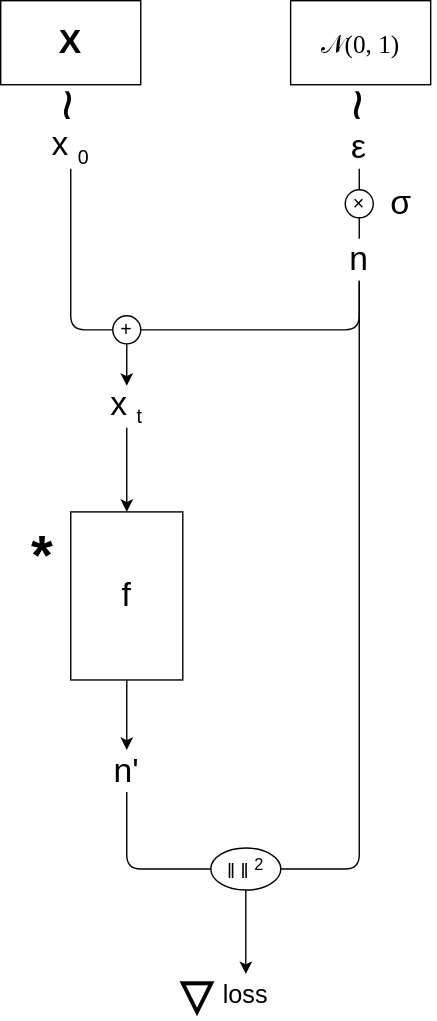
Before: source/images/diagram-diffusion.drawio.svg, a diagram exported from draw.io (k-l-lambda/k-l-lambda.github.io). Source tidied: cells renumbered, new cells last; positions are measured from the earlier drawing's top-left corner, leaving out a move shared by most shapes.
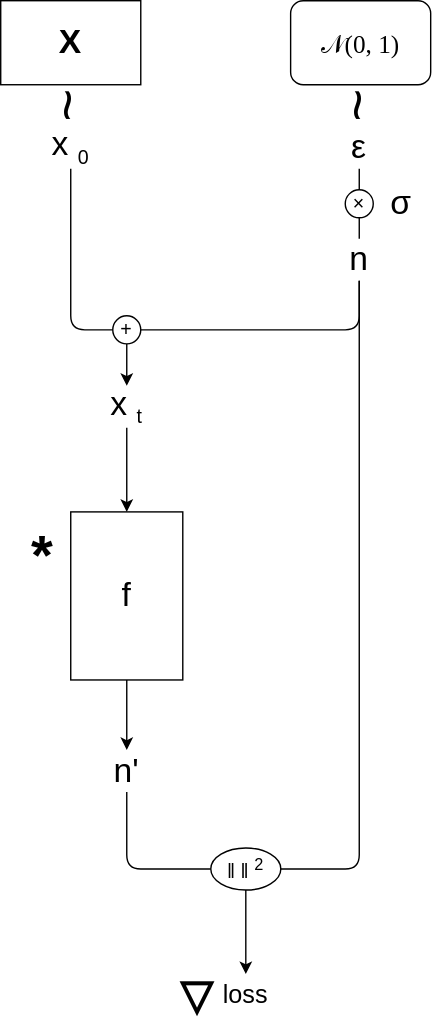
The same diagram one commit later.

Change to the diagram source:
```diff
@@ -29,7 +29,7 @@
     <mxCell id="10" style="group;fontFamily=Courier New;fontStyle=0;" parent="1" vertex="1">
       <mxGeometry x="211" width="100" height="90" as="geometry" />
     </mxCell>
-    <mxCell id="11" value="&lt;font style=&quot;font-weight: normal; font-size: 18px;&quot; face=&quot;Times New Roman&quot;&gt;𝒩(0, 1)&lt;/font&gt;" style="whiteSpace=wrap;html=1;fontSize=24;fontStyle=1;" parent="10" vertex="1">
+    <mxCell id="11" value="&lt;font style=&quot;font-weight: normal; font-size: 18px;&quot; face=&quot;Times New Roman&quot;&gt;𝒩(0, 1)&lt;/font&gt;" style="whiteSpace=wrap;html=1;fontSize=24;fontStyle=1;rounded=1;" parent="10" vertex="1">
       <mxGeometry x="-4" width="100" height="60" as="geometry" />
     </mxCell>
     <mxCell id="12" style="edgeStyle=none;html=1;" parent="10" edge="1" source="13" target="11">
```
